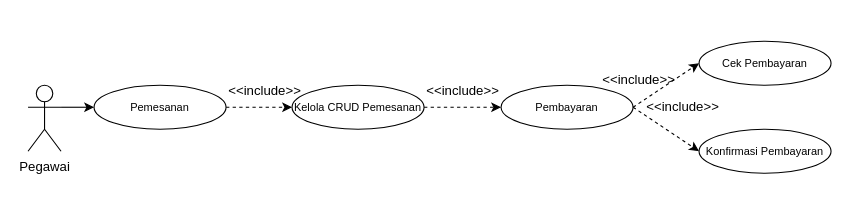
wepro-v/asset keeps this draw.io diagram as Use Case Pegawai.drawio. Above is the earlier version. Source tidied: cells renumbered, new cells numbered last; positions are measured from the earlier drawing's top-left corner, leaving out a move shared by most shapes. Both pictures are drawn from the tidied source at 110%, with x=0, y=0 at pixel (28, 41).
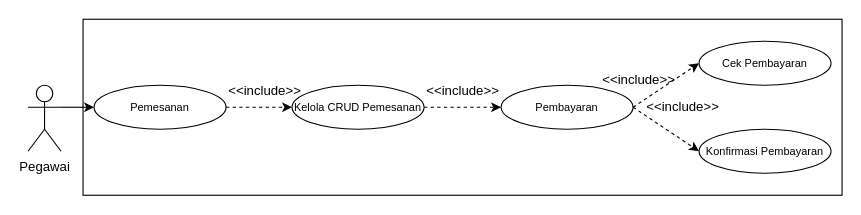
Above is the later version.

Diff of the diagram source:
```diff
@@
 <mxGraphModel>
   <root>
     <mxCell id="0" />
     <mxCell id="1" parent="0" />
+    <mxCell id="17" style="rounded=0;whiteSpace=wrap;html=1;" parent="1" vertex="1">
+      <mxGeometry x="50" y="-20" width="690" height="160" as="geometry" />
+    </mxCell>
     <mxCell id="2" value="&lt;font style=&quot;font-size: 10px;&quot;&gt;Pembayaran&lt;/font&gt;" style="ellipse;whiteSpace=wrap;html=1;" parent="1" vertex="1">
       <mxGeometry x="430" y="40" width="120" height="40" as="geometry" />
     </mxCell>
     <mxCell id="3" style="edgeStyle=orthogonalEdgeStyle;rounded=0;jettySize=auto;html=1;dashed=1;" parent="1" edge="1" source="4" target="5">
       <mxGeometry relative="1" as="geometry" />
     </mxCell>
     <mxCell id="4" value="&lt;font style=&quot;font-size: 10px;&quot;&gt;Pemesanan&lt;/font&gt;" style="ellipse;whiteSpace=wrap;html=1;" parent="1" vertex="1">
       <mxGeometry x="60" y="40" width="120" height="40" as="geometry" />
     </mxCell>
     <mxCell id="5" value="&lt;font style=&quot;font-size: 10px;&quot;&gt;Kelola CRUD Pemesanan&lt;/font&gt;" style="ellipse;whiteSpace=wrap;html=1;" parent="1" vertex="1">
       <mxGeometry x="240" y="40" width="120" height="40" as="geometry" />
     </mxCell>
     <mxCell id="6" value="&lt;font style=&quot;font-size: 10px;&quot;&gt;Cek Pembayaran&lt;/font&gt;" style="ellipse;whiteSpace=wrap;html=1;" parent="1" vertex="1">
       <mxGeometry x="610" width="120" height="40" as="geometry" />
     </mxCell>
     <mxCell id="7" value="&lt;font style=&quot;font-size: 10px;&quot;&gt;Konfirmasi Pembayaran&lt;/font&gt;" style="ellipse;whiteSpace=wrap;html=1;" parent="1" vertex="1">
       <mxGeometry x="610" y="80" width="120" height="40" as="geometry" />
     </mxCell>
     <mxCell id="8" value="&amp;lt;&amp;lt;include&amp;gt;&amp;gt;" style="text;html=1;align=center;verticalAlign=middle;strokeColor=none;fillColor=none;" parent="1" vertex="1">
       <mxGeometry x="170" y="30" width="90" height="30" as="geometry" />
     </mxCell>
     <mxCell id="9" value="&amp;lt;&amp;lt;include&amp;gt;&amp;gt;" style="text;html=1;align=center;verticalAlign=middle;strokeColor=none;fillColor=none;" parent="1" vertex="1">
       <mxGeometry x="350" y="30" width="90" height="30" as="geometry" />
     </mxCell>
     <mxCell id="10" style="endArrow=classic;html=1;rounded=0;entryX=0;entryY=0.5;entryDx=0;entryDy=0;exitX=1;exitY=0.5;exitDx=0;exitDy=0;dashed=1;" parent="1" edge="1" source="5" target="2">
       <mxGeometry relative="1" as="geometry" />
     </mxCell>
     <mxCell id="11" style="endArrow=classic;html=1;rounded=0;entryX=0;entryY=0.5;entryDx=0;entryDy=0;exitX=1;exitY=0.5;exitDx=0;exitDy=0;dashed=1;" parent="1" edge="1" source="2" target="6">
       <mxGeometry relative="1" as="geometry" />
     </mxCell>
     <mxCell id="12" style="endArrow=classic;html=1;rounded=0;entryX=0;entryY=0.5;entryDx=0;entryDy=0;exitX=1;exitY=0.5;exitDx=0;exitDy=0;dashed=1;" parent="1" edge="1" source="2" target="7">
       <mxGeometry relative="1" as="geometry" />
     </mxCell>
     <mxCell id="13" value="&amp;lt;&amp;lt;include&amp;gt;&amp;gt;" style="text;html=1;align=center;verticalAlign=middle;strokeColor=none;fillColor=none;" parent="1" vertex="1">
       <mxGeometry x="510" y="20" width="90" height="30" as="geometry" />
     </mxCell>
     <mxCell id="14" value="&amp;lt;&amp;lt;include&amp;gt;&amp;gt;" style="text;html=1;align=center;verticalAlign=middle;strokeColor=none;fillColor=none;" parent="1" vertex="1">
       <mxGeometry x="550" y="45" width="90" height="30" as="geometry" />
     </mxCell>
     <mxCell id="15" value="Pegawai" style="shape=umlActor;verticalLabelPosition=bottom;verticalAlign=top;html=1;" parent="1" vertex="1">
       <mxGeometry y="40" width="30" height="60" as="geometry" />
     </mxCell>
     <mxCell id="16" style="endArrow=classic;html=1;rounded=0;entryX=0;entryY=0.5;entryDx=0;entryDy=0;" parent="1" edge="1" target="4">
       <mxGeometry relative="1" as="geometry">
         <mxPoint x="30" y="60" as="sourcePoint" />
       </mxGeometry>
     </mxCell>
   </root>
 </mxGraphModel>
```
